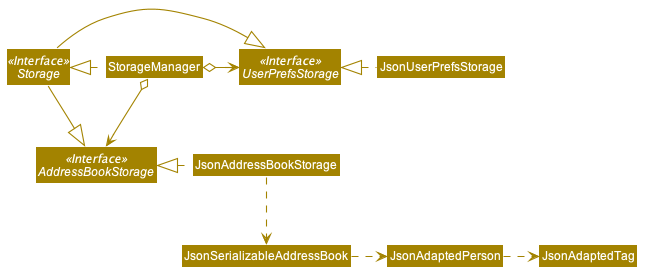
Above: docs/images/StorageClassDiagram.png in nus-tic4002-AY2021S2/tp2 (PlantUML), before the change.
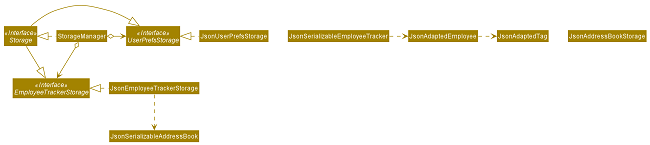
Above is the later version.

What changed in the source:
```diff
@@ -1,59 +1,12 @@
 @startuml
-
-
-
-
-
-
-
-
-skinparam BackgroundColor #FFFFFFF
-
-skinparam Shadowing false
-
-skinparam Class {
-    FontColor #FFFFFF
-    BorderThickness 1
-    BorderColor #FFFFFF
-    StereotypeFontColor #FFFFFF
-    FontName Arial
-}
-
-skinparam Actor {
-    BorderColor #000000
-    Color #000000
-    FontName Arial
-}
-
-skinparam Sequence {
-    MessageAlign center
-    BoxFontSize 15
-    BoxPadding 0
-    BoxFontColor #FFFFFF
-    FontName Arial
-}
-
-skinparam Participant {
-    FontColor #FFFFFFF
-    Padding 20
-}
-
-skinparam MinClassWidth 50
-skinparam ParticipantPadding 10
-skinparam Shadowing false
-skinparam DefaultTextAlignment center
-skinparam packageStyle Rectangle
-
-hide footbox
-hide members
-hide circle
+!include style.puml
 skinparam arrowThickness 1.1
-skinparam arrowColor #A38300
-skinparam classBackgroundColor #A38300
+skinparam arrowColor STORAGE_COLOR
+skinparam classBackgroundColor STORAGE_COLOR
 
 Interface Storage <<Interface>>
 Interface UserPrefsStorage <<Interface>>
-Interface AddressBookStorage <<Interface>>
+Interface EmployeeTrackerStorage <<Interface>>
 
 Class StorageManager
 Class JsonUserPrefsStorage
@@ -61,14 +14,14 @@
 
 StorageManager .left.|> Storage
 StorageManager o-right-> UserPrefsStorage
-StorageManager o--> AddressBookStorage
+StorageManager o--> EmployeeTrackerStorage
 
 Storage -|> UserPrefsStorage
-Storage -|> AddressBookStorage
+Storage -|> EmployeeTrackerStorage
 
 JsonUserPrefsStorage .left.|> UserPrefsStorage
-JsonAddressBookStorage .left.|> AddressBookStorage
-JsonAddressBookStorage .down.> JsonSerializableAddressBook
-JsonSerializableAddressBook .right.> JsonAdaptedPerson
-JsonAdaptedPerson .right.> JsonAdaptedTag
+JsonEmployeeTrackerStorage .left.|> EmployeeTrackerStorage
+JsonEmployeeTrackerStorage .down.> JsonSerializableAddressBook
+JsonSerializableEmployeeTracker .right.> JsonAdaptedEmployee
+JsonAdaptedEmployee .right.> JsonAdaptedTag
 @enduml
```
